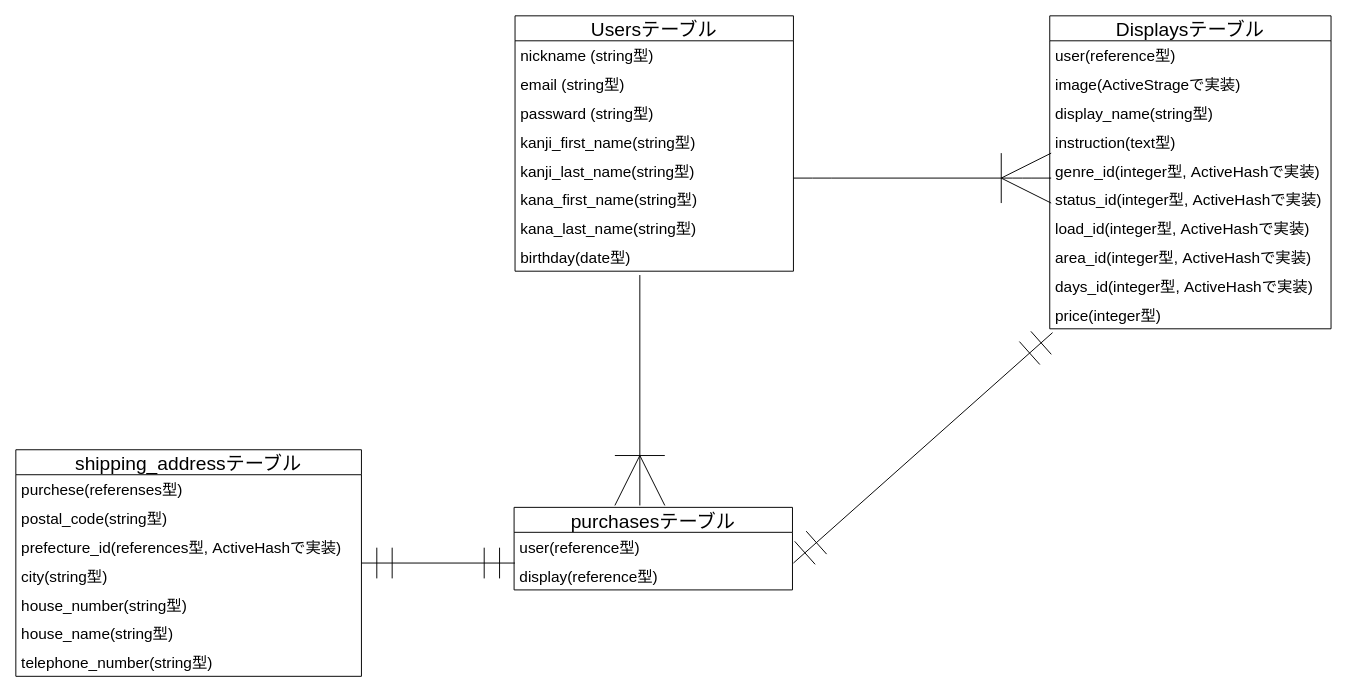
ryotechcamp/furima-36393 keeps this draw.io diagram as furima.dio. Above is the earlier version. Source tidied: cells renumbered, new cells numbered last; positions are measured from the earlier drawing's top-left corner, leaving out a move shared by most shapes. Both pictures are drawn from the tidied source at 96%, with x=0, y=0 at pixel (15, 15).
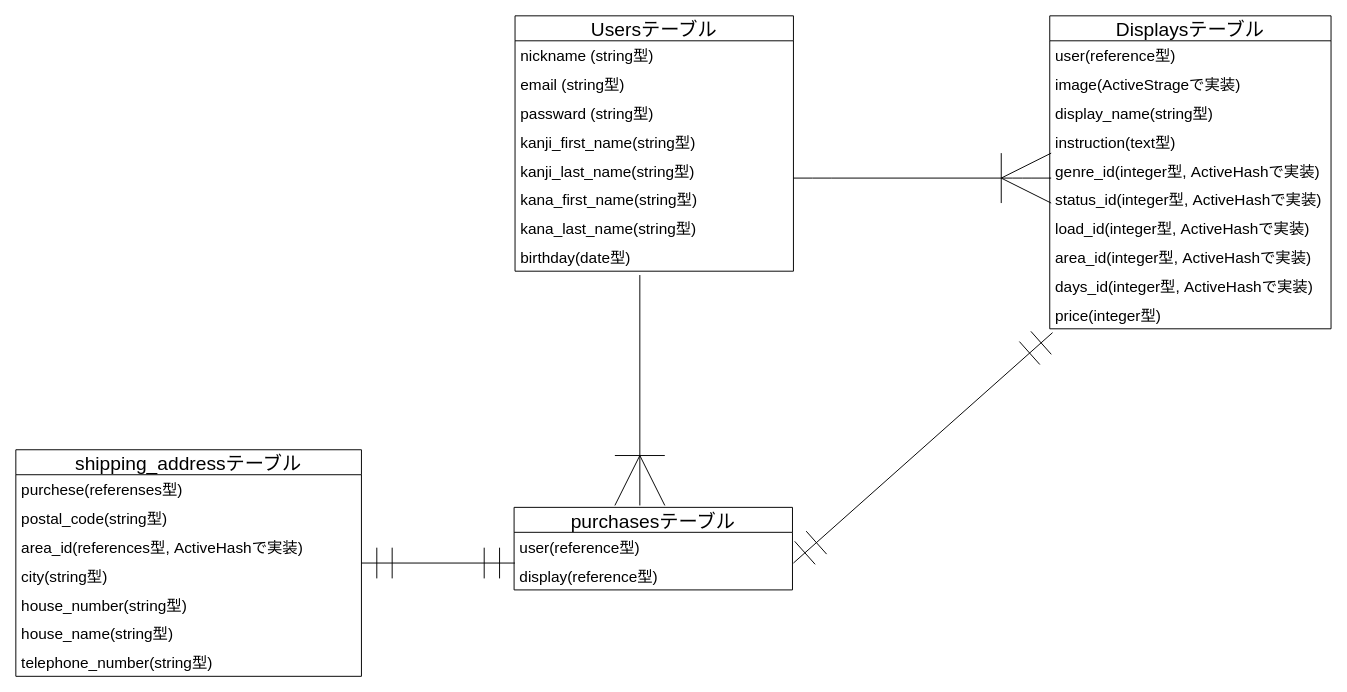
The same page after the edit.

Unchanged cells that the change refers to:
```xml
<mxCell id="25" value="shipping_addressテーブル" style="swimlane;fontStyle=0;horizontal=1;startSize=26;align=center;fontSize=20;" parent="1" vertex="1">
  <mxGeometry y="452" width="360" height="236" as="geometry" />
</mxCell>
```

The edit, as a diff of the source:
```diff
@@
-    <mxCell id="28" value="prefecture_id(references型, ActiveHashで実装)" style="text;strokeColor=none;fillColor=none;spacingLeft=4;spacingRight=4;overflow=hidden;fontSize=16;" parent="25" vertex="1">
+    <mxCell id="28" value="area_id(references型, ActiveHashで実装)" style="text;strokeColor=none;fillColor=none;spacingLeft=4;spacingRight=4;overflow=hidden;fontSize=16;" parent="25" vertex="1">
       <mxGeometry y="86" width="360" height="30" as="geometry" />
     </mxCell>
```
